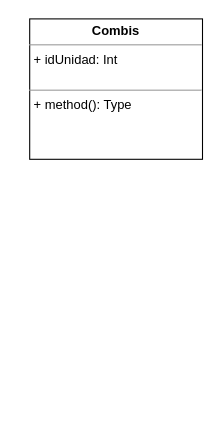
This is Diagrama.drawio from PatrickCT/traccar, a draw.io file, before an edit. Source tidied: cells renumbered, new cells numbered last; positions are measured from the earlier drawing's top-left corner, leaving out a move shared by most shapes. Both pictures are drawn from the tidied source at 108%, with x=0, y=0 at pixel (29, 18).
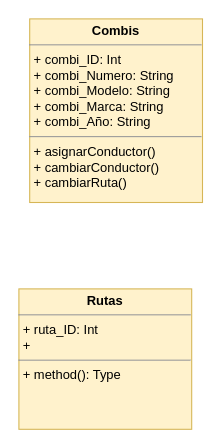
The same page after the edit.

What changed in the source:
```diff
@@
 <mxGraphModel>
   <root>
     <mxCell id="0" />
     <mxCell id="1" parent="0" />
-    <mxCell id="2" value="&lt;p style=&quot;margin:0px;margin-top:4px;text-align:center;&quot;&gt;&lt;b&gt;Combis&lt;/b&gt;&lt;/p&gt;&lt;hr size=&quot;1&quot;&gt;&lt;p style=&quot;margin:0px;margin-left:4px;&quot;&gt;+ idUnidad: Int&lt;/p&gt;&lt;p style=&quot;margin:0px;margin-left:4px;&quot;&gt;&lt;br&gt;&lt;/p&gt;&lt;hr size=&quot;1&quot;&gt;&lt;p style=&quot;margin:0px;margin-left:4px;&quot;&gt;+ method(): Type&lt;/p&gt;" style="verticalAlign=top;align=left;overflow=fill;fontSize=12;fontFamily=Helvetica;html=1;" parent="1" vertex="1">
-      <mxGeometry width="160" height="130" as="geometry" />
+    <mxCell id="2" value="&lt;p style=&quot;margin:0px;margin-top:4px;text-align:center;&quot;&gt;&lt;b&gt;Combis&lt;/b&gt;&lt;/p&gt;&lt;hr size=&quot;1&quot;&gt;&lt;p style=&quot;margin:0px;margin-left:4px;&quot;&gt;+ combi_ID: Int&lt;/p&gt;&lt;p style=&quot;margin:0px;margin-left:4px;&quot;&gt;+ combi_Numero: String&lt;/p&gt;&lt;p style=&quot;margin:0px;margin-left:4px;&quot;&gt;+ combi_Modelo: String&lt;/p&gt;&lt;p style=&quot;margin:0px;margin-left:4px;&quot;&gt;+ combi_Marca: String&lt;/p&gt;&lt;p style=&quot;margin:0px;margin-left:4px;&quot;&gt;+ combi_Año: String&lt;/p&gt;&lt;hr size=&quot;1&quot;&gt;&lt;p style=&quot;margin:0px;margin-left:4px;&quot;&gt;+ asignarConductor()&lt;/p&gt;&lt;p style=&quot;margin:0px;margin-left:4px;&quot;&gt;+ cambiarConductor()&lt;/p&gt;&lt;p style=&quot;margin:0px;margin-left:4px;&quot;&gt;+ cambiarRuta()&lt;/p&gt;" style="verticalAlign=top;align=left;overflow=fill;fontSize=12;fontFamily=Helvetica;html=1;fillColor=#fff2cc;strokeColor=#d6b656;fontColor=#000000;" parent="1" vertex="1">
+      <mxGeometry width="160" height="170" as="geometry" />
     </mxCell>
+    <mxCell id="3" value="&lt;p style=&quot;margin:0px;margin-top:4px;text-align:center;&quot;&gt;&lt;b&gt;Rutas&lt;/b&gt;&lt;/p&gt;&lt;hr size=&quot;1&quot;&gt;&lt;p style=&quot;margin:0px;margin-left:4px;&quot;&gt;+ ruta_ID: Int&lt;br&gt;&lt;/p&gt;&lt;p style=&quot;margin:0px;margin-left:4px;&quot;&gt;+&lt;/p&gt;&lt;hr size=&quot;1&quot;&gt;&lt;p style=&quot;margin:0px;margin-left:4px;&quot;&gt;+ method(): Type&lt;/p&gt;" style="verticalAlign=top;align=left;overflow=fill;fontSize=12;fontFamily=Helvetica;html=1;fillColor=#fff2cc;strokeColor=#d6b656;fontColor=#000000;" parent="1" vertex="1">
+      <mxGeometry x="-10" y="250" width="160" height="130" as="geometry" />
+    </mxCell>
   </root>
 </mxGraphModel>
```
